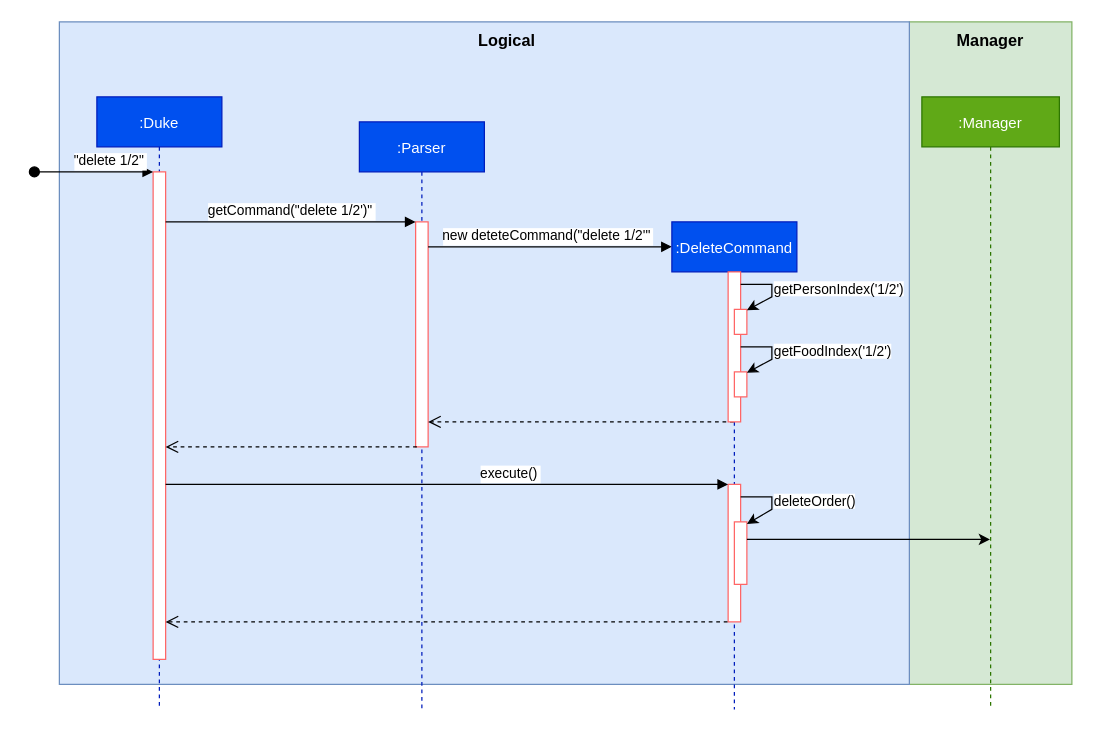
Before: UMLdiagrams/DeleteCommandDiagram/DeleteCommand Sequence Diagram.drawio in thaddyyz/tp, a draw.io diagram. Source tidied: cells renumbered, new cells numbered last; positions are measured from the earlier drawing's top-left corner, leaving out a move shared by most shapes. Both pictures are drawn from the tidied source at 125%, with x=0, y=0 at pixel (34, 21).
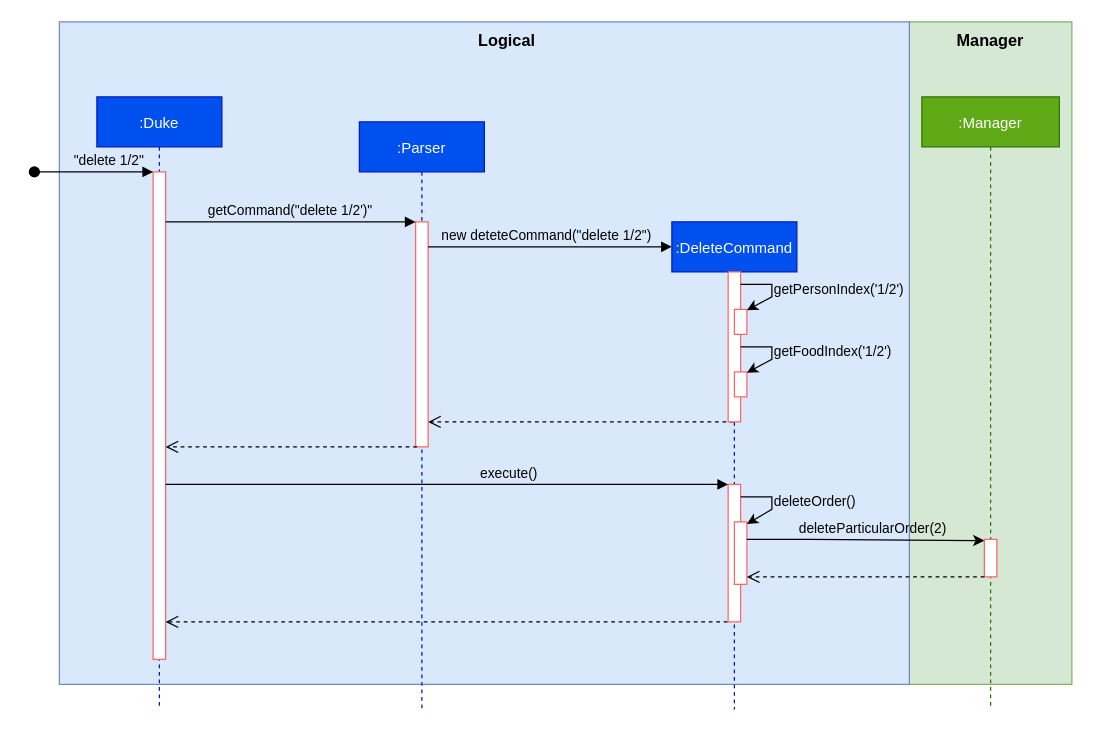
After the change.

Unchanged cells that the change refers to:
```xml
<mxCell id="4" value=":Duke" style="shape=umlLifeline;perimeter=lifelinePerimeter;rounded=0;shadow=0;strokeWidth=1;fillColor=#0050ef;strokeColor=#001DBC;fontColor=#ffffff;" parent="1" vertex="1">
  <mxGeometry x="50" y="60" width="100" height="490" as="geometry" />
</mxCell>
<mxCell id="5" style="points=[];perimeter=orthogonalPerimeter;rounded=0;shadow=0;strokeWidth=1;strokeColor=#FF6666;" parent="4" vertex="1">
  <mxGeometry x="45" y="60" width="10" height="390" as="geometry" />
</mxCell>
<mxCell id="8" style="points=[];perimeter=orthogonalPerimeter;rounded=0;shadow=0;strokeWidth=1;strokeColor=#FF6666;" parent="7" vertex="1">
  <mxGeometry x="45" y="80" width="10" height="180" as="geometry" />
</mxCell>
<mxCell id="13" value=":DeleteCommand" style="shape=umlLifeline;perimeter=lifelinePerimeter;rounded=0;shadow=0;strokeWidth=1;fillColor=#0050ef;strokeColor=#001DBC;fontColor=#ffffff;" parent="1" vertex="1">
  <mxGeometry x="510" y="160" width="100" height="390" as="geometry" />
</mxCell>
<mxCell id="17" style="points=[];perimeter=orthogonalPerimeter;rounded=0;shadow=0;strokeWidth=1;strokeColor=#FF6666;" parent="13" vertex="1">
  <mxGeometry x="45" y="210" width="10" height="110" as="geometry" />
</mxCell>
<mxCell id="28" value=":Manager" style="shape=umlLifeline;perimeter=lifelinePerimeter;rounded=0;shadow=0;strokeWidth=1;fillColor=#60a917;strokeColor=#2D7600;fontColor=#ffffff;" parent="1" vertex="1">
  <mxGeometry x="710" y="60" width="110" height="490" as="geometry" />
</mxCell>
```

Change to the diagram source:
```diff
@@
-    <mxCell id="6" value="&quot;delete 1/2&quot;" style="verticalAlign=bottom;startArrow=oval;endArrow=block;startSize=8;shadow=0;strokeWidth=1;" parent="4" edge="1" target="5">
+    <mxCell id="6" value="&quot;delete 1/2&quot;" style="verticalAlign=bottom;startArrow=oval;endArrow=block;startSize=8;shadow=0;strokeWidth=1;labelBackgroundColor=none;" parent="4" edge="1" target="5">
       <mxGeometry x="0.26" relative="1" as="geometry">
         <mxPoint x="-50" y="60" as="sourcePoint" />
         <Array as="points">
           <mxPoint x="-10" y="60" />
         </Array>
       </mxGeometry>
     </mxCell>
@@
-    <mxCell id="10" value="getCommand(&quot;delete 1/2')&quot;" style="verticalAlign=bottom;endArrow=block;entryX=0;entryY=0;shadow=0;strokeWidth=1;" parent="1" edge="1" source="5" target="8">
+    <mxCell id="10" value="getCommand(&quot;delete 1/2')&quot;" style="verticalAlign=bottom;endArrow=block;entryX=0;entryY=0;shadow=0;strokeWidth=1;labelBackgroundColor=none;" parent="1" edge="1" source="5" target="8">
       <mxGeometry relative="1" as="geometry" />
     </mxCell>
-    <mxCell id="11" value="new deteteCommand(&quot;delete 1/2'&quot;" style="verticalAlign=bottom;endArrow=block;shadow=0;strokeWidth=1;entryX=0;entryY=0.051;entryDx=0;entryDy=0;entryPerimeter=0;" parent="1" edge="1" source="8" target="13">
+    <mxCell id="11" value="new deteteCommand(&quot;delete 1/2&quot;)" style="verticalAlign=bottom;endArrow=block;shadow=0;strokeWidth=1;entryX=0;entryY=0.051;entryDx=0;entryDy=0;entryPerimeter=0;labelBackgroundColor=none;" parent="1" edge="1" source="8" target="13">
       <mxGeometry x="-0.03" relative="1" as="geometry">
         <Array as="points">
           <mxPoint x="400" y="180" />
           <mxPoint x="490" y="180" />
         </Array>
       </mxGeometry>
     </mxCell>
@@
-    <mxCell id="18" value="&lt;span style=&quot;color: rgb(0 , 0 , 0) ; font-family: &amp;#34;helvetica&amp;#34; ; font-size: 11px ; font-style: normal ; font-weight: 400 ; letter-spacing: normal ; text-align: center ; text-indent: 0px ; text-transform: none ; word-spacing: 0px ; background-color: rgb(255 , 255 , 255) ; display: inline ; float: none&quot;&gt;getPersonIndex('1/2')&lt;/span&gt;" style="text;whiteSpace=wrap;html=1;" parent="1" vertex="1">
+    <mxCell id="18" value="&lt;span style=&quot;color: rgb(0 , 0 , 0) ; font-family: &amp;#34;helvetica&amp;#34; ; font-size: 11px ; font-style: normal ; font-weight: 400 ; letter-spacing: normal ; text-align: center ; text-indent: 0px ; text-transform: none ; word-spacing: 0px ; display: inline ; float: none&quot;&gt;getPersonIndex('1/2')&lt;/span&gt;" style="text;whiteSpace=wrap;html=1;" parent="1" vertex="1">
       <mxGeometry x="590" y="200" width="180" height="30" as="geometry" />
     </mxCell>
@@
-    <mxCell id="21" value="&lt;span style=&quot;color: rgb(0 , 0 , 0) ; font-family: &amp;#34;helvetica&amp;#34; ; font-size: 11px ; font-style: normal ; font-weight: 400 ; letter-spacing: normal ; text-align: center ; text-indent: 0px ; text-transform: none ; word-spacing: 0px ; background-color: rgb(255 , 255 , 255) ; display: inline ; float: none&quot;&gt;getFoodIndex('1/2')&lt;/span&gt;" style="text;whiteSpace=wrap;html=1;" parent="1" vertex="1">
+    <mxCell id="21" value="&lt;span style=&quot;color: rgb(0 , 0 , 0) ; font-family: &amp;#34;helvetica&amp;#34; ; font-size: 11px ; font-style: normal ; font-weight: 400 ; letter-spacing: normal ; text-align: center ; text-indent: 0px ; text-transform: none ; word-spacing: 0px ; display: inline ; float: none&quot;&gt;getFoodIndex('1/2')&lt;/span&gt;" style="text;whiteSpace=wrap;html=1;" parent="1" vertex="1">
       <mxGeometry x="590" y="250" width="180" height="30" as="geometry" />
     </mxCell>
-    <mxCell id="22" value="execute()" style="verticalAlign=bottom;endArrow=block;shadow=0;strokeWidth=1;entryX=0;entryY=0;entryDx=0;entryDy=0;entryPerimeter=0;" parent="1" edge="1" source="5" target="17">
+    <mxCell id="22" value="execute()" style="verticalAlign=bottom;endArrow=block;shadow=0;strokeWidth=1;entryX=0;entryY=0;entryDx=0;entryDy=0;entryPerimeter=0;labelBackgroundColor=none;" parent="1" edge="1" source="5" target="17">
       <mxGeometry x="0.22" relative="1" as="geometry">
         <Array as="points">
           <mxPoint x="210" y="370" />
         </Array>
       </mxGeometry>
     </mxCell>
@@
-    <mxCell id="25" value="&lt;span style=&quot;color: rgb(0 , 0 , 0) ; font-family: &amp;#34;helvetica&amp;#34; ; font-size: 11px ; font-style: normal ; font-weight: 400 ; letter-spacing: normal ; text-align: center ; text-indent: 0px ; text-transform: none ; word-spacing: 0px ; background-color: rgb(255 , 255 , 255) ; display: inline ; float: none&quot;&gt;deleteOrder()&lt;/span&gt;" style="text;whiteSpace=wrap;html=1;" parent="1" vertex="1">
+    <mxCell id="25" value="&lt;span style=&quot;color: rgb(0 , 0 , 0) ; font-family: &amp;#34;helvetica&amp;#34; ; font-size: 11px ; font-style: normal ; font-weight: 400 ; letter-spacing: normal ; text-align: center ; text-indent: 0px ; text-transform: none ; word-spacing: 0px ; display: inline ; float: none&quot;&gt;deleteOrder()&lt;/span&gt;" style="text;whiteSpace=wrap;html=1;" parent="1" vertex="1">
       <mxGeometry x="590" y="370" width="180" height="30" as="geometry" />
     </mxCell>
+    <mxCell id="27" style="verticalAlign=bottom;endArrow=open;dashed=1;endSize=8;shadow=0;strokeWidth=1;exitX=0.45;exitY=1;exitDx=0;exitDy=0;exitPerimeter=0;" parent="1" edge="1">
+      <mxGeometry relative="1" as="geometry">
+        <mxPoint x="554.5" y="480" as="sourcePoint" />
+        <mxPoint x="105" y="480" as="targetPoint" />
+      </mxGeometry>
+    </mxCell>
-    <mxCell id="26" style="endArrow=classic;html=1;rounded=0;" parent="1" edge="1" target="28">
+    <mxCell id="26" style="endArrow=classic;html=1;rounded=0;entryX=0;entryY=0.033;entryDx=0;entryDy=0;entryPerimeter=0;" parent="1" edge="1" target="31">
       <mxGeometry relative="1" as="geometry">
         <mxPoint x="570" y="414" as="sourcePoint" />
         <Array as="points">
           <mxPoint x="600" y="414" />
           <mxPoint x="620" y="414" />
         </Array>
       </mxGeometry>
     </mxCell>
-    <mxCell id="27" style="verticalAlign=bottom;endArrow=open;dashed=1;endSize=8;shadow=0;strokeWidth=1;exitX=0.45;exitY=1;exitDx=0;exitDy=0;exitPerimeter=0;" parent="1" edge="1">
-      <mxGeometry relative="1" as="geometry">
-        <mxPoint x="554.5" y="480" as="sourcePoint" />
-        <mxPoint x="105" y="480" as="targetPoint" />
-      </mxGeometry>
-    </mxCell>
@@
+    <mxCell id="31" style="points=[];perimeter=orthogonalPerimeter;rounded=0;shadow=0;strokeWidth=1;strokeColor=#FF6666;" parent="28" vertex="1">
+      <mxGeometry x="50" y="354" width="10" height="30" as="geometry" />
+    </mxCell>
@@
+    <mxCell id="32" style="verticalAlign=bottom;endArrow=open;dashed=1;endSize=8;shadow=0;strokeWidth=1;" parent="1" edge="1">
+      <mxGeometry relative="1" as="geometry">
+        <mxPoint x="760" y="444" as="sourcePoint" />
+        <mxPoint x="570" y="444" as="targetPoint" />
+      </mxGeometry>
+    </mxCell>
+    <mxCell id="33" value="&lt;div style=&quot;text-align: center&quot;&gt;&lt;span style=&quot;font-size: 11px&quot;&gt;&lt;font face=&quot;helvetica&quot;&gt;deleteParticularOrder(2)&lt;/font&gt;&lt;/span&gt;&lt;/div&gt;" style="text;whiteSpace=wrap;html=1;fontSize=13;" parent="1" vertex="1">
+      <mxGeometry x="610" y="390" width="190" height="30" as="geometry" />
+    </mxCell>
```
